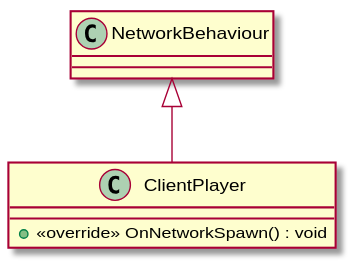
David-Denny/COMP3013-Team7 keeps this PlantUML diagram as UML/Networking/ClientPlayer.svg. Above is the earlier version.
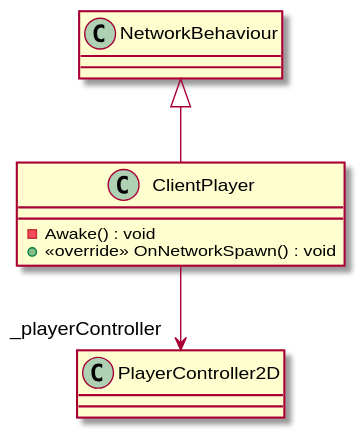
The same diagram one commit later.

Change to the diagram source:
```diff
@@ -1,6 +1,8 @@
 @startuml
 class ClientPlayer {
+    - Awake() : void
     + <<override>> OnNetworkSpawn() : void
 }
 NetworkBehaviour <|-- ClientPlayer
+ClientPlayer --> "_playerController" PlayerController2D
 @enduml
```
